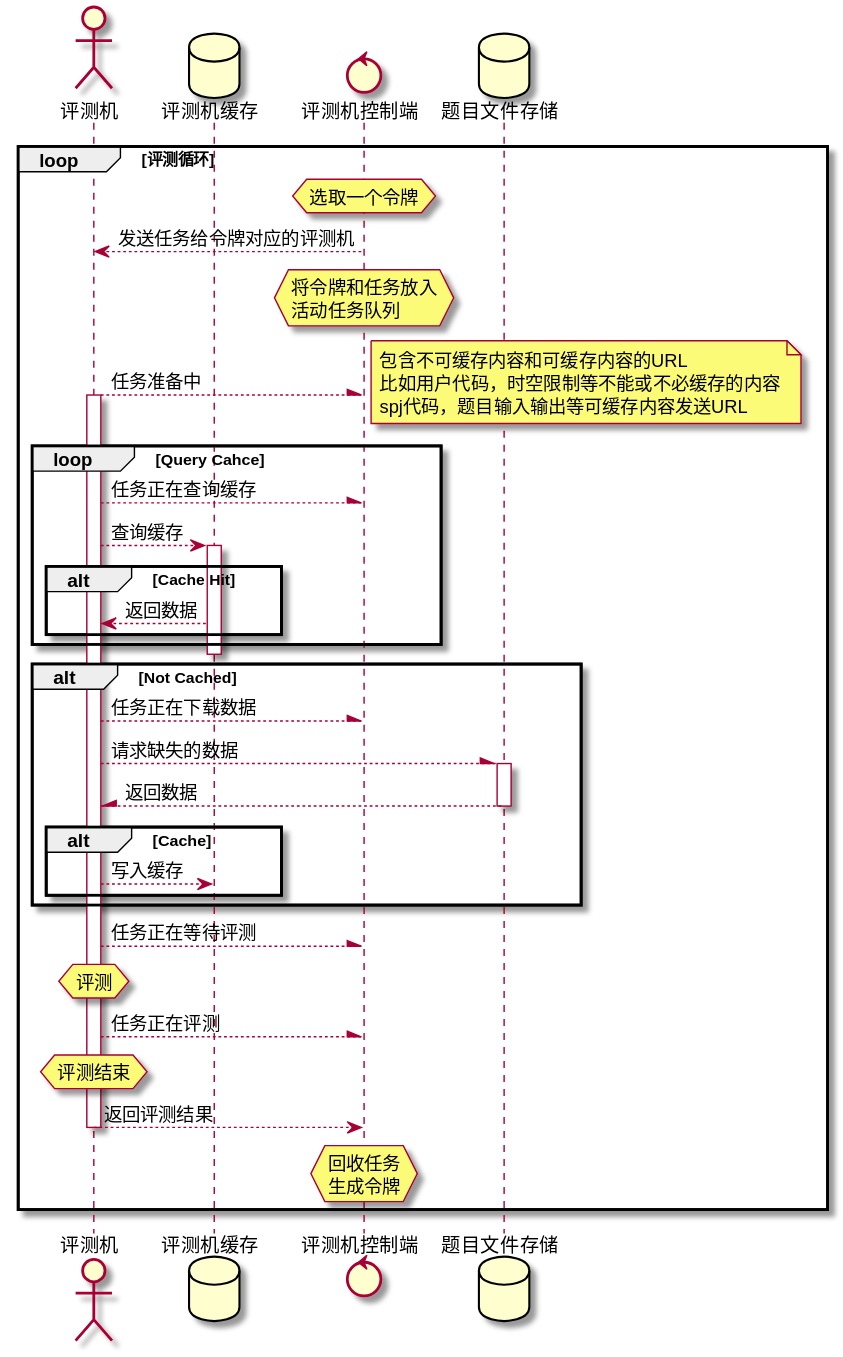
This is DesignDocs/Section2-InnerProtocol/plantumlsrc/time-graph-judge-loop.svg from ThinkSpiritLab/Heng, a PlantUML export, as it was before one commit.
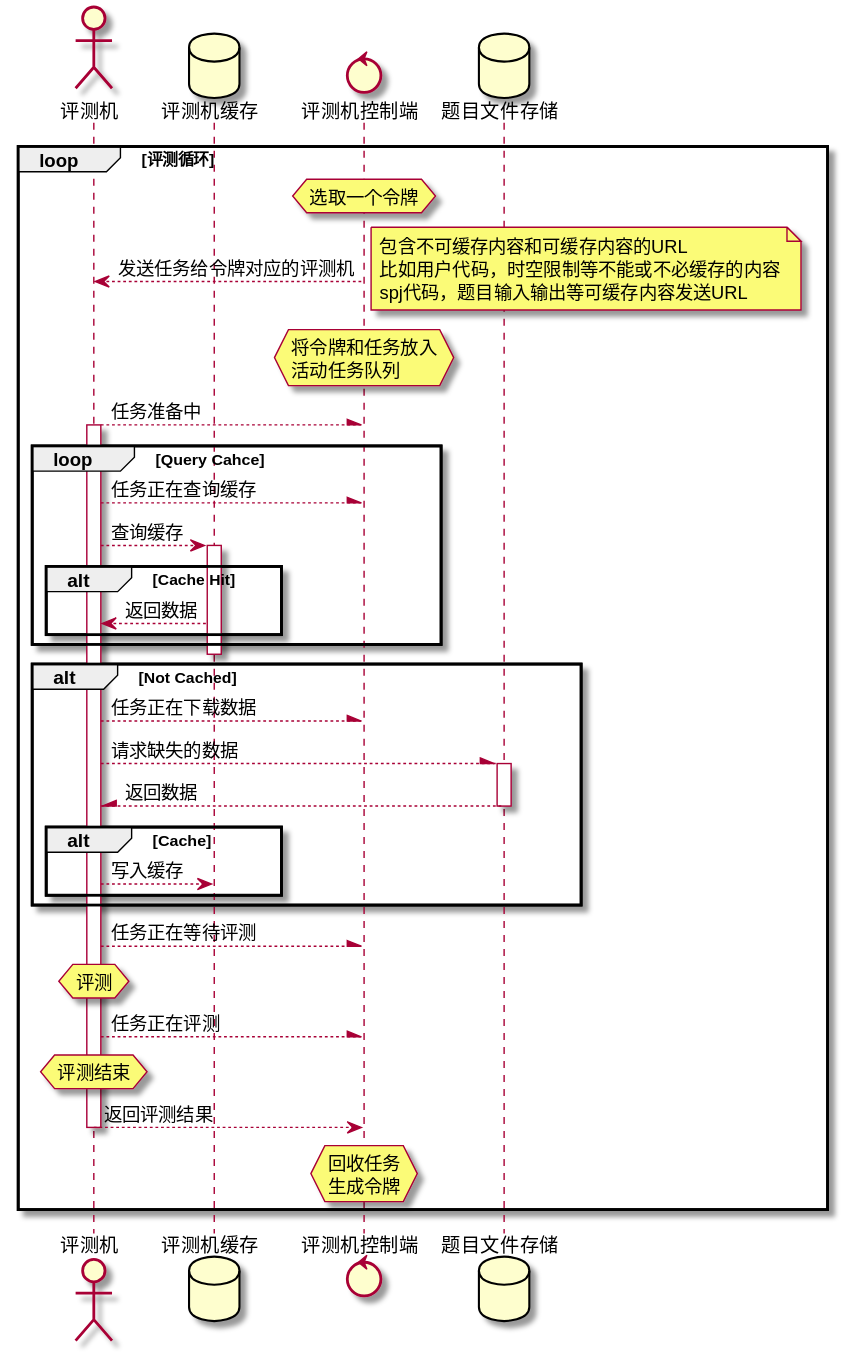
The same diagram one commit later.

Commit message:
修复注释位置错误的问题

What changed in the source:
```diff
@@ -7,14 +7,14 @@
 loop 评测循环
 hnote over b : 选取一个令牌
 j <-- b : 发送任务给令牌对应的评测机
-hnote over b : 将令牌和任务放入\n活动任务队列
-j --\ b : 任务准备中
-activate j
 note right
 包含不可缓存内容和可缓存内容的URL
 比如用户代码，时空限制等不能或不必缓存的内容
 spj代码，题目输入输出等可缓存内容发送URL
 endnote
+hnote over b : 将令牌和任务放入\n活动任务队列
+j --\ b : 任务准备中
+activate j
 loop Query Cahce
 j --\ b : 任务正在查询缓存
 j --> jb : 查询缓存
```
